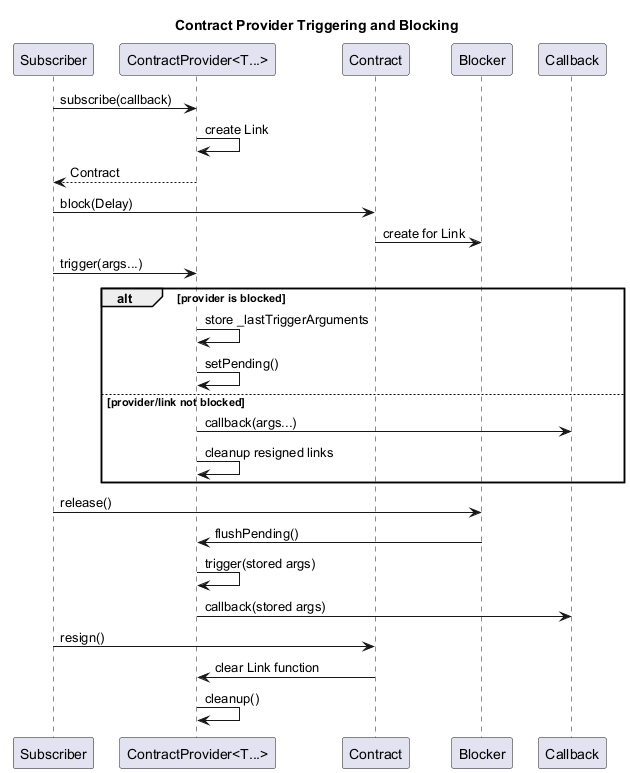
Before: documentation/architecture/diagrams/contract-provider-sequence.png, a diagram exported from PlantUML (Hyarius/Sparkle). The source it was exported from:
```plantuml
@startuml
title Contract Provider Triggering and Blocking

skinparam ParticipantPadding 8

participant "Subscriber" as Subscriber
participant "ContractProvider<T...>" as Provider
participant "Contract" as Contract
participant "Blocker" as Blocker
participant "Callback" as Callback

Subscriber -> Provider : subscribe(callback)
Provider -> Provider : create Link
Provider --> Subscriber : Contract

Subscriber -> Contract : block(Delay)
Contract -> Blocker : create for Link

Subscriber -> Provider : trigger(args...)
alt provider is blocked
	Provider -> Provider : store _lastTriggerArguments
	Provider -> Provider : setPending()
else provider/link not blocked
	Provider -> Callback : callback(args...)
	Provider -> Provider : cleanup resigned links
end

Subscriber -> Blocker : release()
Blocker -> Provider : flushPending()
Provider -> Provider : trigger(stored args)
Provider -> Callback : callback(stored args)

Subscriber -> Contract : resign()
Contract -> Provider : clear Link function
Provider -> Provider : cleanup()

@enduml
```
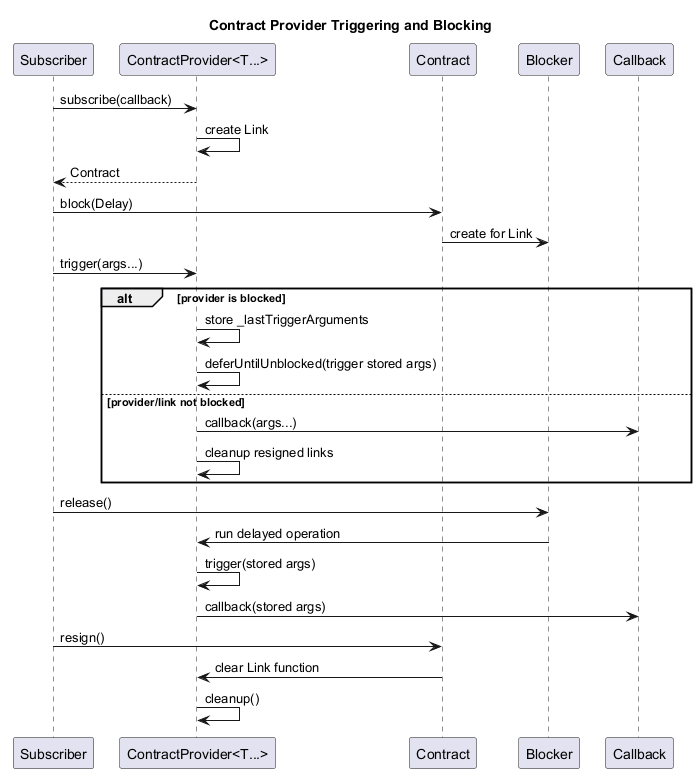
After the commit.

Diff of the diagram source:
```diff
@@ -19,14 +19,14 @@
 Subscriber -> Provider : trigger(args...)
 alt provider is blocked
 	Provider -> Provider : store _lastTriggerArguments
-	Provider -> Provider : setPending()
+	Provider -> Provider : deferUntilUnblocked(trigger stored args)
 else provider/link not blocked
 	Provider -> Callback : callback(args...)
 	Provider -> Provider : cleanup resigned links
 end
 
 Subscriber -> Blocker : release()
-Blocker -> Provider : flushPending()
+Blocker -> Provider : run delayed operation
 Provider -> Provider : trigger(stored args)
 Provider -> Callback : callback(stored args)
 
```
